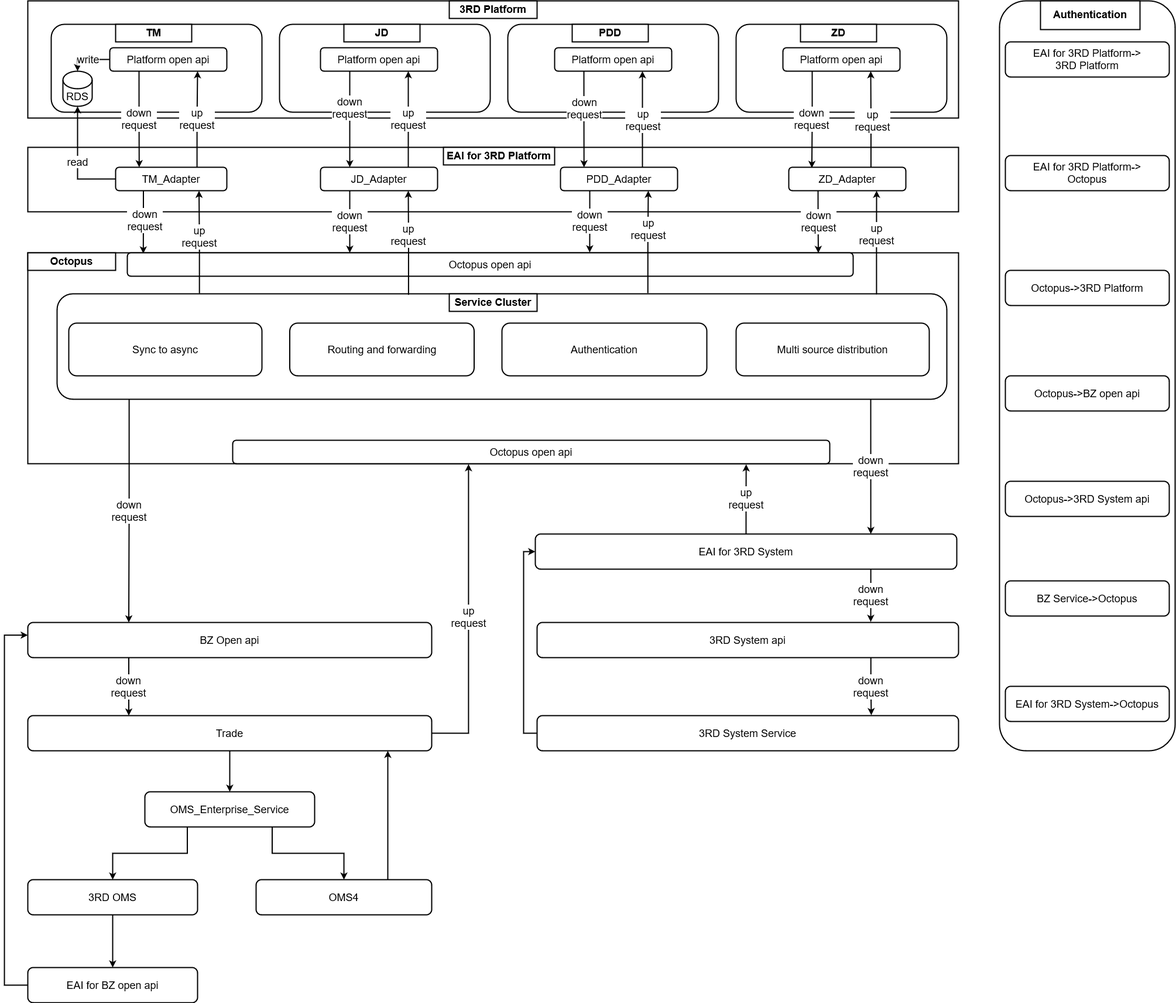
Above: platform-integration-middleground.drawio.png in jackie-thank/beego-authz (draw.io), before the change. Source tidied: cells renumbered, new cells last; positions are measured from the earlier drawing's top-left corner, leaving out a move shared by most shapes.
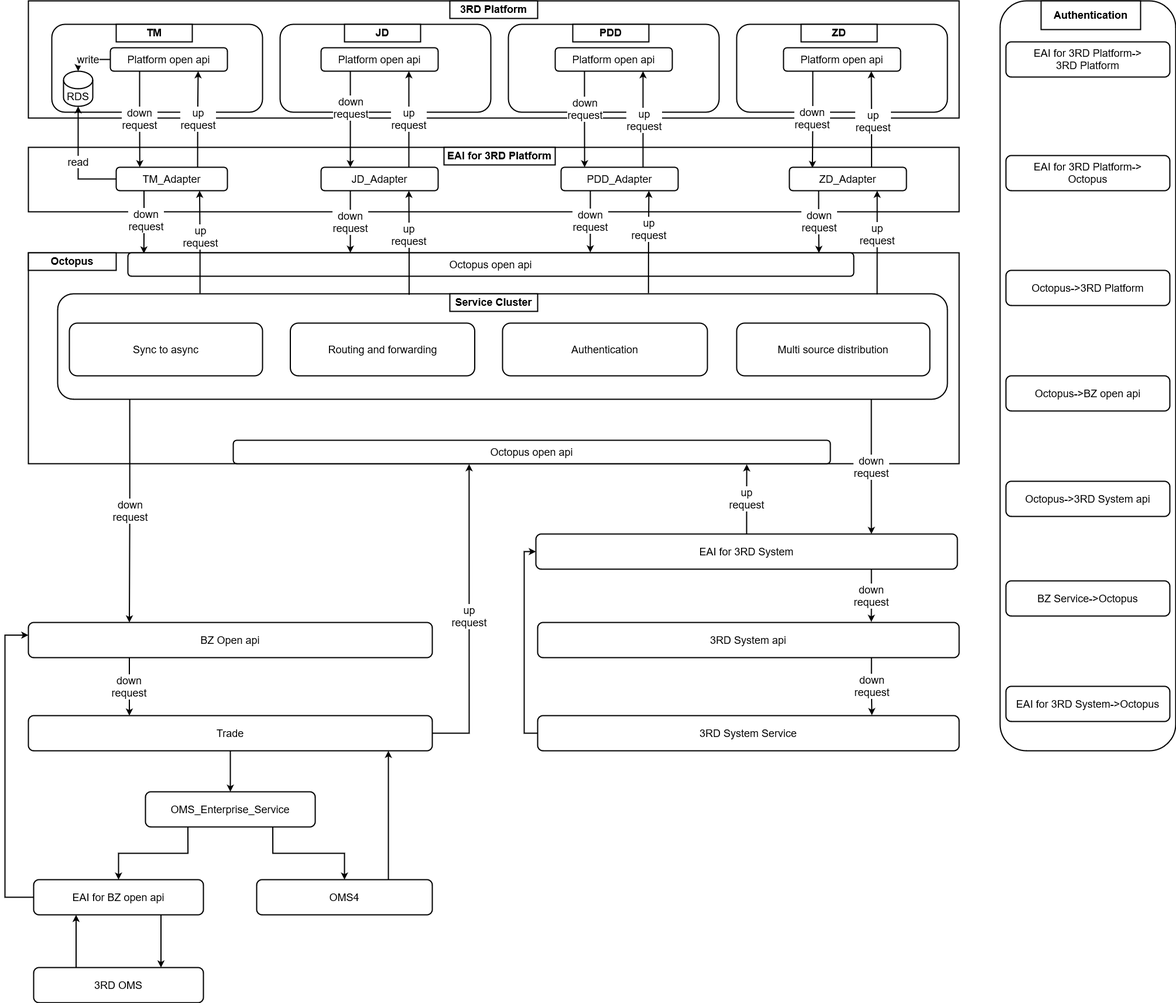
The same diagram one commit later.

Diff of the diagram source:
```diff
@@ -248,16 +248,19 @@
     <mxCell id="81" style="rounded=0;jettySize=auto;html=1;exitX=0;exitY=0.5;exitDx=0;exitDy=0;entryX=0;entryY=0.36;entryDx=0;entryDy=0;entryPerimeter=0;strokeWidth=2;fontSize=18;edgeStyle=orthogonalEdgeStyle;" parent="1" edge="1" source="88" target="37">
       <mxGeometry relative="1" as="geometry">
         <Array as="points">
-          <mxPoint y="1680" />
+          <mxPoint y="1530" />
           <mxPoint y="1083" />
         </Array>
       </mxGeometry>
     </mxCell>
-    <mxCell id="82" style="edgeStyle=orthogonalEdgeStyle;rounded=0;jettySize=auto;html=1;exitX=0.5;exitY=1;exitDx=0;exitDy=0;strokeWidth=2;fontSize=18;" parent="1" edge="1" source="83" target="88">
+    <mxCell id="82" style="edgeStyle=orthogonalEdgeStyle;rounded=0;jettySize=auto;html=1;exitX=0.75;exitY=1;exitDx=0;exitDy=0;strokeWidth=2;fontSize=18;entryX=0.75;entryY=0;entryDx=0;entryDy=0;" parent="1" edge="1" source="88" target="83">
       <mxGeometry relative="1" as="geometry" />
     </mxCell>
+    <mxCell id="89" style="edgeStyle=orthogonalEdgeStyle;rounded=0;jettySize=auto;html=1;exitX=0.25;exitY=0;exitDx=0;exitDy=0;entryX=0.25;entryY=1;entryDx=0;entryDy=0;strokeWidth=2;fontSize=18;" parent="1" edge="1" source="83" target="88">
+      <mxGeometry relative="1" as="geometry" />
+    </mxCell>
     <mxCell id="83" value="3RD OMS" style="rounded=1;whiteSpace=wrap;html=1;strokeWidth=2;fontSize=18;" parent="1" vertex="1">
-      <mxGeometry x="40" y="1500" width="290" height="60" as="geometry" />
+      <mxGeometry x="49" y="1650" width="290" height="60" as="geometry" />
     </mxCell>
     <mxCell id="84" style="edgeStyle=orthogonalEdgeStyle;rounded=0;jettySize=auto;html=1;exitX=0.75;exitY=0;exitDx=0;exitDy=0;strokeWidth=2;fontSize=18;" parent="1" edge="1" source="85">
       <mxGeometry relative="1" as="geometry">
@@ -267,14 +270,14 @@
     <mxCell id="85" value="OMS4" style="rounded=1;whiteSpace=wrap;html=1;strokeWidth=2;fontSize=18;" parent="1" vertex="1">
       <mxGeometry x="430" y="1500" width="300" height="60" as="geometry" />
     </mxCell>
-    <mxCell id="86" style="edgeStyle=orthogonalEdgeStyle;rounded=0;jettySize=auto;html=1;exitX=0.25;exitY=1;exitDx=0;exitDy=0;strokeWidth=2;fontSize=18;" parent="1" edge="1" source="87" target="83">
+    <mxCell id="86" style="edgeStyle=orthogonalEdgeStyle;rounded=0;jettySize=auto;html=1;exitX=0.25;exitY=1;exitDx=0;exitDy=0;strokeWidth=2;fontSize=18;entryX=0.5;entryY=0;entryDx=0;entryDy=0;" parent="1" edge="1" source="87" target="88">
       <mxGeometry relative="1" as="geometry" />
     </mxCell>
     <mxCell id="87" value="OMS_Enterprise_Service" style="rounded=1;whiteSpace=wrap;html=1;strokeWidth=2;fontSize=18;" parent="1" vertex="1">
       <mxGeometry x="240" y="1350" width="290" height="60" as="geometry" />
     </mxCell>
     <mxCell id="88" value="EAI for BZ open api" style="rounded=1;whiteSpace=wrap;html=1;strokeWidth=2;fontSize=18;" parent="1" vertex="1">
-      <mxGeometry x="40" y="1650" width="290" height="60" as="geometry" />
+      <mxGeometry x="49" y="1500" width="290" height="60" as="geometry" />
     </mxCell>
   </root>
 </mxGraphModel>
```
